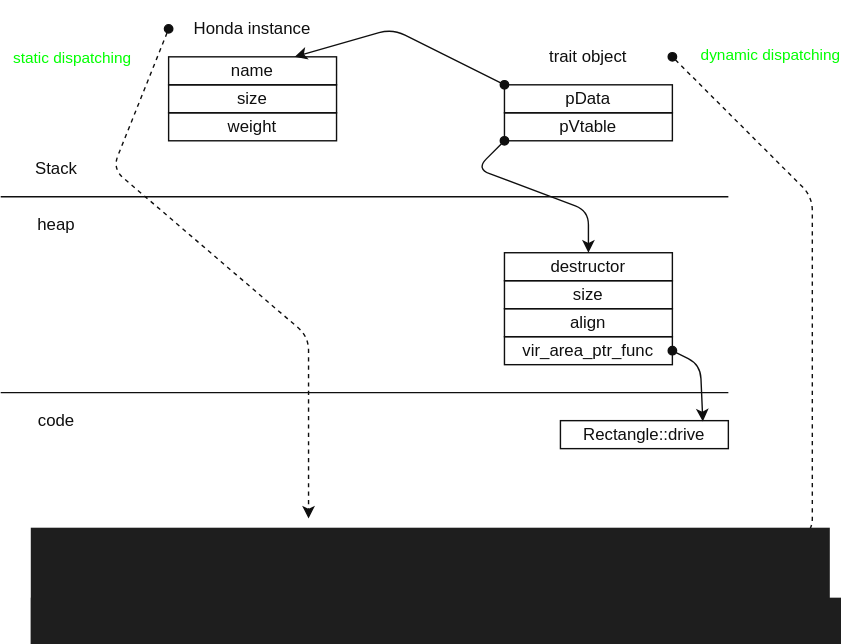
Above: docs/rust/trai_bound_and_dispatching/images/static_n_dynamic_dispatch.drawio.svg in htgithub194/self-study (draw.io), before the change. Source tidied: cells renumbered, new cells last; positions are measured from the earlier drawing's top-left corner, leaving out a move shared by most shapes.
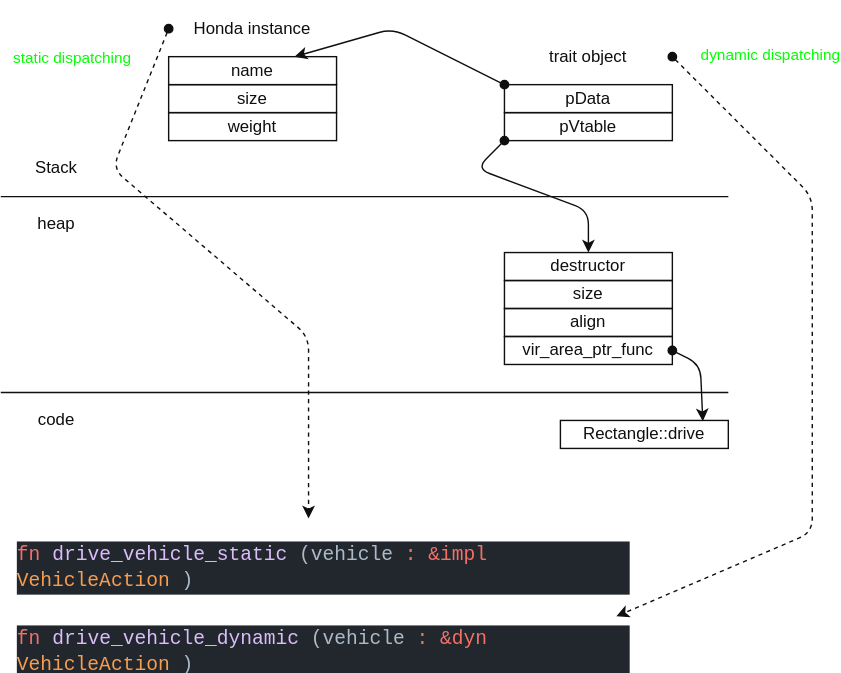
After the commit.

The edit, as a diff of the source:
```diff
@@ -106,11 +106,11 @@
         <mxPoint y="-1" as="offset" />
       </mxGeometry>
     </mxCell>
-    <mxCell id="25" value="&lt;div style=&quot;color: #d4d4d4;background-color: #1e1e1e;font-family: Consolas, 'Courier New', monospace;font-weight: normal;font-size: 14px;line-height: 19px;white-space: pre;&quot;&gt;&lt;div&gt;&lt;span style=&quot;color: #569cd6;&quot;&gt;fn&lt;/span&gt;&lt;span style=&quot;color: #d4d4d4;&quot;&gt; &lt;/span&gt;&lt;span style=&quot;color: #dcdcaa;&quot;&gt;drive_vehicle_static&lt;/span&gt;&lt;span style=&quot;color: #d4d4d4;&quot;&gt;(&lt;/span&gt;&lt;span style=&quot;color: #9cdcfe;&quot;&gt;vehicle&lt;/span&gt;&lt;span style=&quot;color: #d4d4d4;&quot;&gt;: &amp;amp;&lt;/span&gt;&lt;span style=&quot;color: #569cd6;&quot;&gt;impl&lt;/span&gt;&lt;span style=&quot;color: #d4d4d4;&quot;&gt; &lt;/span&gt;&lt;span style=&quot;color: #4ec9b0;&quot;&gt;VehicleAction&lt;/span&gt;&lt;span style=&quot;color: #d4d4d4;&quot;&gt;) &lt;/span&gt;&lt;/div&gt;&lt;/div&gt;" style="text;whiteSpace=wrap;html=1;" parent="1" vertex="1">
-      <mxGeometry x="20" y="370" width="450" height="40" as="geometry" />
-    </mxCell>
-    <mxCell id="26" value="&lt;div style=&quot;color: #d4d4d4;background-color: #1e1e1e;font-family: Consolas, 'Courier New', monospace;font-weight: normal;font-size: 14px;line-height: 19px;white-space: pre;&quot;&gt;&lt;div&gt;&lt;span style=&quot;color: #569cd6;&quot;&gt;fn&lt;/span&gt;&lt;span style=&quot;color: #d4d4d4;&quot;&gt; &lt;/span&gt;&lt;span style=&quot;color: #dcdcaa;&quot;&gt;drive_vehicle_dynamic&lt;/span&gt;&lt;span style=&quot;color: #d4d4d4;&quot;&gt;(&lt;/span&gt;&lt;span style=&quot;color: #9cdcfe;&quot;&gt;vehicle&lt;/span&gt;&lt;span style=&quot;color: #d4d4d4;&quot;&gt;: &amp;amp;&lt;/span&gt;&lt;span style=&quot;color: #569cd6;&quot;&gt;dyn&lt;/span&gt;&lt;span style=&quot;color: #d4d4d4;&quot;&gt; &lt;/span&gt;&lt;span style=&quot;color: #4ec9b0;&quot;&gt;VehicleAction&lt;/span&gt;&lt;span style=&quot;color: #d4d4d4;&quot;&gt;) &lt;/span&gt;&lt;/div&gt;&lt;/div&gt;" style="text;whiteSpace=wrap;html=1;" parent="1" vertex="1">
-      <mxGeometry x="20" y="420" width="450" height="40" as="geometry" />
-    </mxCell>
+    <mxCell id="27" value="&lt;div style=&quot;color: rgb(173, 186, 199); background-color: rgb(34, 39, 46); font-family: Consolas, &amp;quot;Courier New&amp;quot;, monospace; font-weight: normal; font-size: 14px; line-height: 19px;&quot;&gt;&lt;div&gt;&lt;span style=&quot;color: #f47067;&quot;&gt;fn&lt;/span&gt;&lt;span style=&quot;color: #adbac7;&quot;&gt; &lt;/span&gt;&lt;span style=&quot;color: #dcbdfb;&quot;&gt;drive_vehicle_static&lt;/span&gt;&lt;span style=&quot;color: #adbac7;&quot;&gt;(vehicle&lt;/span&gt;&lt;span style=&quot;color: #f47067;&quot;&gt;:&lt;/span&gt;&lt;span style=&quot;color: #adbac7;&quot;&gt; &lt;/span&gt;&lt;span style=&quot;color: #f47067;&quot;&gt;&amp;amp;impl&lt;/span&gt;&lt;span style=&quot;color: #adbac7;&quot;&gt; &lt;/span&gt;&lt;span style=&quot;color: #f69d50;&quot;&gt;VehicleAction&lt;/span&gt;&lt;span style=&quot;color: #adbac7;&quot;&gt;)&lt;/span&gt;&lt;/div&gt;&lt;/div&gt;" style="text;whiteSpace=wrap;html=1;fontColor=#F0F0F0;" parent="1" vertex="1">
+      <mxGeometry x="10" y="380" width="440" height="40" as="geometry" />
+    </mxCell>
+    <mxCell id="28" value="&lt;div style=&quot;color: rgb(173, 186, 199); background-color: rgb(34, 39, 46); font-family: Consolas, &amp;quot;Courier New&amp;quot;, monospace; font-weight: normal; font-size: 14px; line-height: 19px;&quot;&gt;&lt;div&gt;&lt;span style=&quot;color: #f47067;&quot;&gt;fn&lt;/span&gt;&lt;span style=&quot;color: #adbac7;&quot;&gt; &lt;/span&gt;&lt;span style=&quot;color: #dcbdfb;&quot;&gt;drive_vehicle_dynamic&lt;/span&gt;&lt;span style=&quot;color: #adbac7;&quot;&gt;(vehicle&lt;/span&gt;&lt;span style=&quot;color: #f47067;&quot;&gt;:&lt;/span&gt;&lt;span style=&quot;color: #adbac7;&quot;&gt; &lt;/span&gt;&lt;span style=&quot;color: #f47067;&quot;&gt;&amp;amp;dyn&lt;/span&gt;&lt;span style=&quot;color: #adbac7;&quot;&gt; &lt;/span&gt;&lt;span style=&quot;color: #f69d50;&quot;&gt;VehicleAction&lt;/span&gt;&lt;span style=&quot;color: #adbac7;&quot;&gt;)&lt;/span&gt;&lt;/div&gt;&lt;/div&gt;" style="text;whiteSpace=wrap;html=1;fontColor=#F0F0F0;" parent="1" vertex="1">
+      <mxGeometry x="10" y="440" width="440" height="40" as="geometry" />
+    </mxCell>
   </root>
 </mxGraphModel>
```
